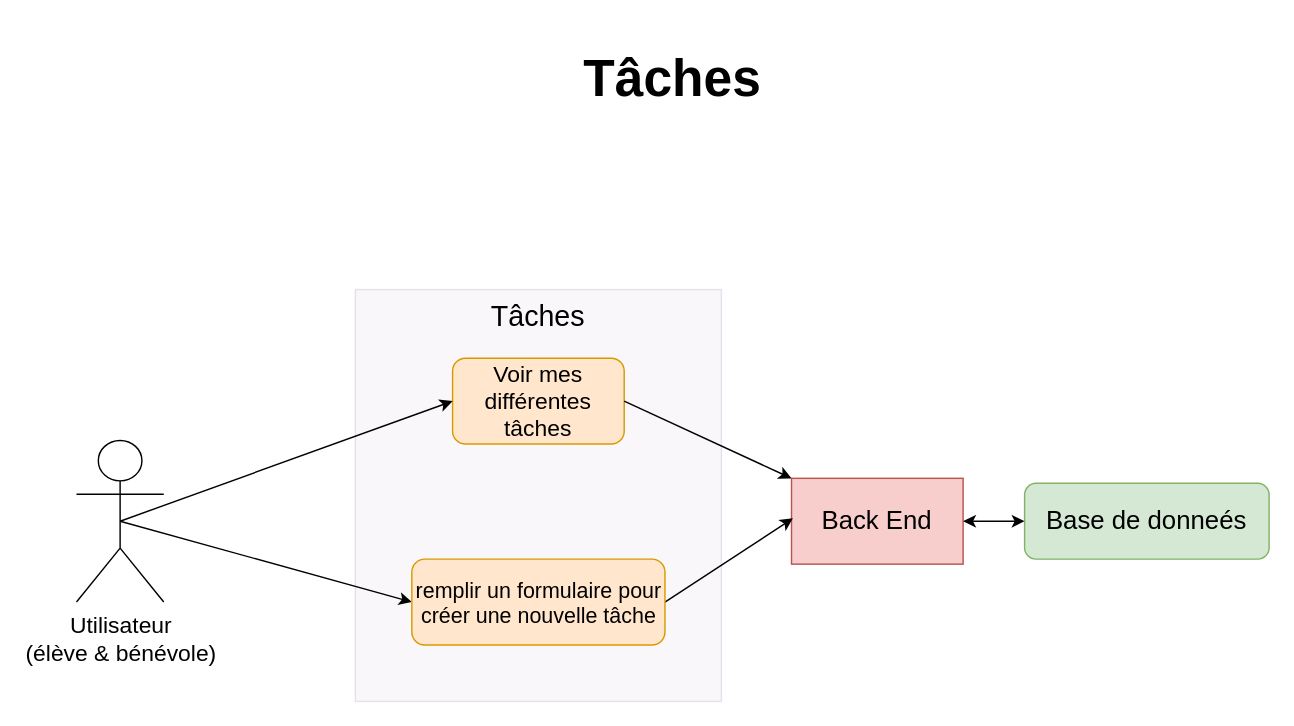
Above: page "Tâches" (4 of 5) of Untitled Diagram.drawio in melacod/MelanieKlein_10_22122021 (draw.io), before the change. Source tidied: cells renumbered, new cells numbered last; positions are measured from the earlier drawing's top-left corner, leaving out a move shared by most shapes. Both pictures are drawn from the tidied source at 143%, with x=0, y=0 at pixel (76, 56).
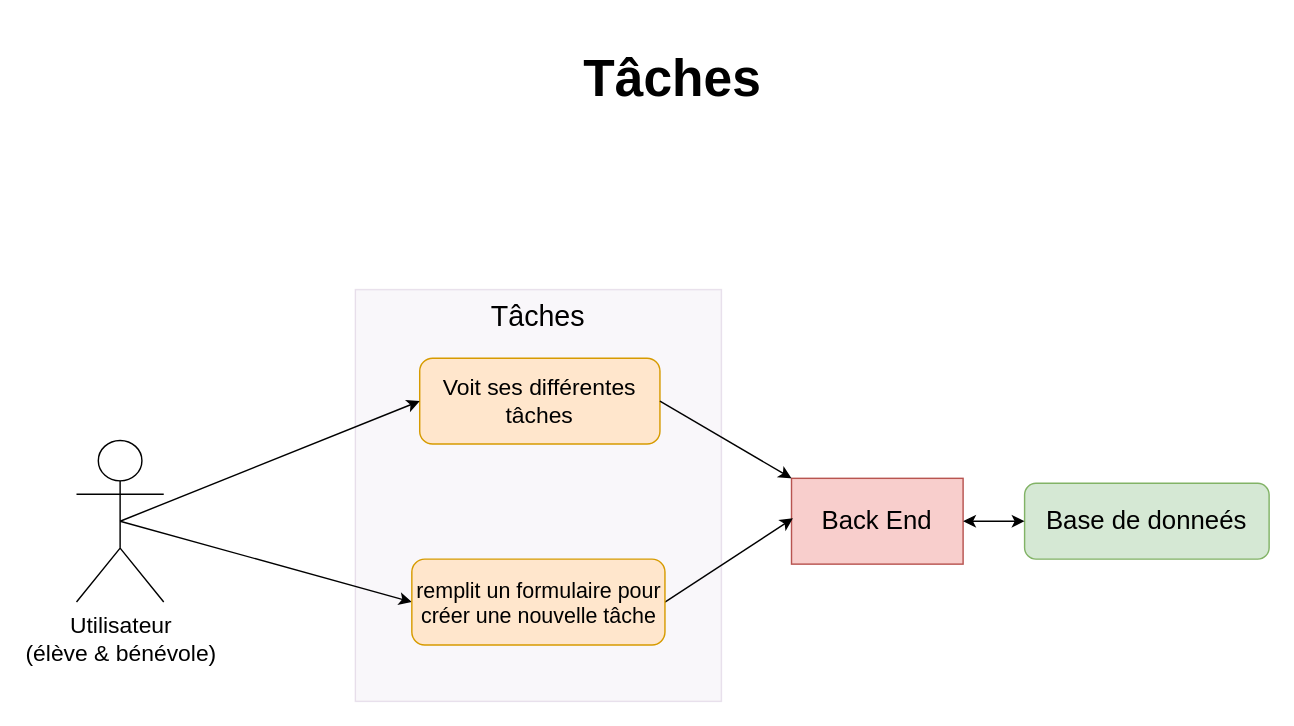
After the change.

Diff of the diagram source:
```diff
@@
 <mxGraphModel>
   <root>
     <mxCell id="0" />
     <mxCell id="1" parent="0" />
     <mxCell id="2" value="&lt;h1&gt;&lt;font style=&quot;font-size: 36px&quot;&gt;Tâches&lt;/font&gt;&lt;/h1&gt;" style="text;html=1;strokeColor=none;fillColor=none;align=center;verticalAlign=middle;whiteSpace=wrap;rounded=0;" parent="1" vertex="1">
       <mxGeometry x="263" width="308" height="30" as="geometry" />
     </mxCell>
     <mxCell id="3" value="&lt;span&gt;&lt;font style=&quot;font-size: 20px&quot;&gt;Tâches&lt;/font&gt;&lt;/span&gt;" style="rounded=0;whiteSpace=wrap;html=1;fontSize=18;strokeWidth=1;fillColor=#e1d5e7;strokeColor=#9673a6;opacity=20;verticalAlign=top;" parent="1" vertex="1">
       <mxGeometry x="195" y="163" width="256" height="288" as="geometry" />
     </mxCell>
     <mxCell id="4" value="&lt;font style=&quot;font-size: 16px&quot;&gt;Utilisateur&lt;br&gt;(élève &amp;amp; bénévole)&lt;/font&gt;" style="shape=umlActor;verticalLabelPosition=bottom;verticalAlign=top;html=1;outlineConnect=0;fontSize=14;" parent="1" vertex="1">
       <mxGeometry y="268.5" width="61" height="113" as="geometry" />
     </mxCell>
-    <mxCell id="5" value="&lt;font style=&quot;font-size: 16px&quot;&gt;Voir mes différentes tâches&lt;/font&gt;" style="rounded=1;whiteSpace=wrap;html=1;fontSize=14;fillColor=#ffe6cc;strokeColor=#d79b00;" parent="1" vertex="1">
-      <mxGeometry x="263" y="211" width="120" height="60" as="geometry" />
+    <mxCell id="5" value="&lt;font style=&quot;font-size: 16px&quot;&gt;Voit ses différentes tâches&lt;/font&gt;" style="rounded=1;whiteSpace=wrap;html=1;fontSize=14;fillColor=#ffe6cc;strokeColor=#d79b00;" parent="1" vertex="1">
+      <mxGeometry x="240" y="211" width="168" height="60" as="geometry" />
     </mxCell>
     <mxCell id="6" style="endArrow=classic;html=1;rounded=0;fontSize=18;curved=1;entryX=0;entryY=0.5;entryDx=0;entryDy=0;exitX=0.5;exitY=0.5;exitDx=0;exitDy=0;exitPerimeter=0;" parent="1" edge="1" source="4" target="5">
       <mxGeometry relative="1" as="geometry" />
     </mxCell>
     <mxCell id="7" value="&lt;font style=&quot;font-size: 18px&quot;&gt;Back End&lt;/font&gt;" style="rounded=0;whiteSpace=wrap;html=1;fontSize=10;fillColor=#f8cecc;strokeColor=#b85450;" parent="1" vertex="1">
       <mxGeometry x="500" y="295" width="120" height="60" as="geometry" />
     </mxCell>
     <mxCell id="8" value="&lt;span&gt;Base de donneés&lt;/span&gt;" style="rounded=1;whiteSpace=wrap;html=1;fontSize=18;fillColor=#d5e8d4;strokeColor=#82b366;strokeWidth=1;" parent="1" vertex="1">
       <mxGeometry x="663" y="298.5" width="171" height="53" as="geometry" />
     </mxCell>
     <mxCell id="9" style="endArrow=classic;startArrow=classic;html=1;rounded=0;fontSize=18;entryX=0;entryY=0.5;entryDx=0;entryDy=0;exitX=1;exitY=0.5;exitDx=0;exitDy=0;curved=1;" parent="1" edge="1" source="7" target="8">
       <mxGeometry relative="1" as="geometry" />
     </mxCell>
     <mxCell id="10" style="endArrow=classic;html=1;rounded=0;fontSize=18;exitX=1;exitY=0.5;exitDx=0;exitDy=0;entryX=0;entryY=0;entryDx=0;entryDy=0;curved=1;" parent="1" edge="1" source="5" target="7">
       <mxGeometry relative="1" as="geometry" />
     </mxCell>
     <mxCell id="11" style="endArrow=classic;html=1;rounded=0;fontSize=18;curved=1;exitX=1;exitY=0.5;exitDx=0;exitDy=0;" parent="1" edge="1" source="13">
       <mxGeometry relative="1" as="geometry">
         <mxPoint x="501" y="323" as="targetPoint" />
       </mxGeometry>
     </mxCell>
     <mxCell id="12" style="endArrow=classic;html=1;rounded=0;fontSize=18;entryX=0;entryY=0.5;entryDx=0;entryDy=0;curved=1;exitX=0.5;exitY=0.5;exitDx=0;exitDy=0;exitPerimeter=0;" parent="1" edge="1" source="4" target="13">
       <mxGeometry relative="1" as="geometry" />
     </mxCell>
-    <mxCell id="13" value="&lt;font style=&quot;font-size: 15px&quot;&gt;remplir un formulaire pour créer une nouvelle tâche&lt;br&gt;&lt;/font&gt;" style="rounded=1;whiteSpace=wrap;html=1;fontSize=14;fillColor=#ffe6cc;strokeColor=#d79b00;" parent="1" vertex="1">
+    <mxCell id="13" value="&lt;font style=&quot;font-size: 15px&quot;&gt;remplit un formulaire pour créer une nouvelle tâche&lt;br&gt;&lt;/font&gt;" style="rounded=1;whiteSpace=wrap;html=1;fontSize=14;fillColor=#ffe6cc;strokeColor=#d79b00;" parent="1" vertex="1">
       <mxGeometry x="234.5" y="351.5" width="177" height="60" as="geometry" />
     </mxCell>
   </root>
 </mxGraphModel>
```
